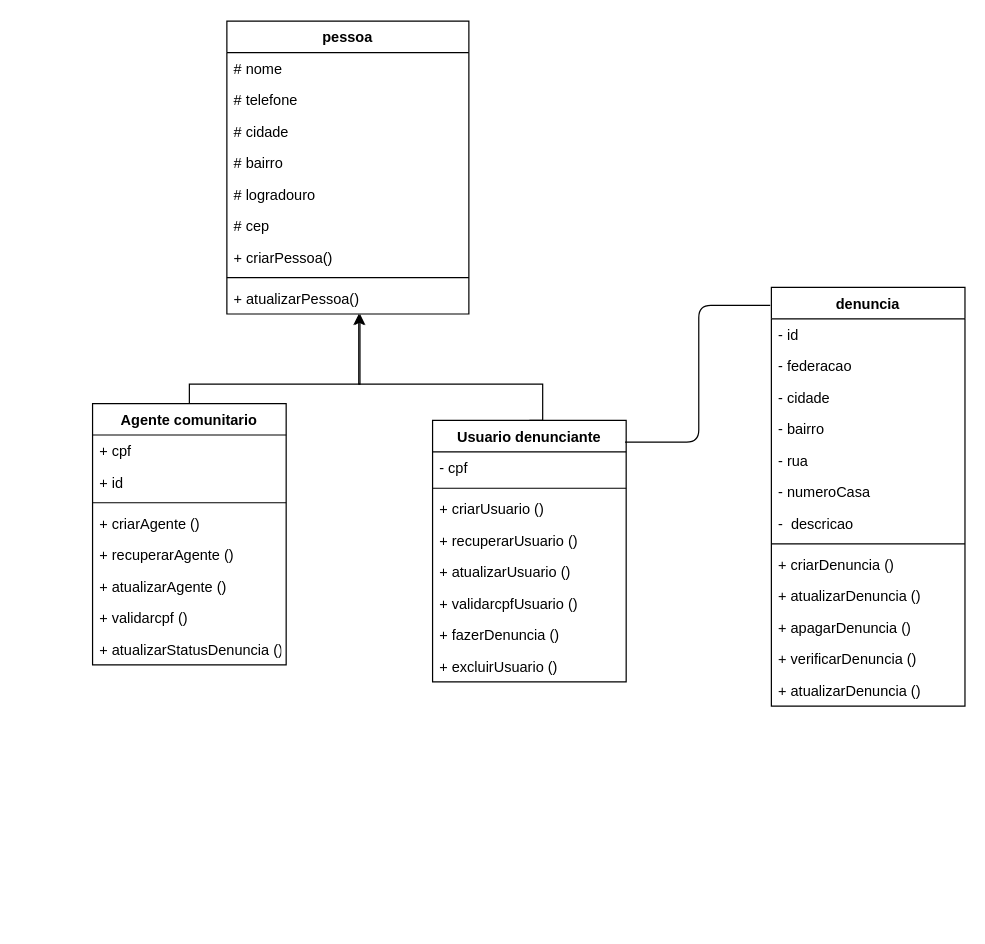
Jefferson-sudo/Producao-textual-individual-3-semestre-Unopar keeps this draw.io diagram as DiagramaDeClasses.drawio. Above is the earlier version. Source tidied: cells renumbered, new cells numbered last; positions are measured from the earlier drawing's top-left corner, leaving out a move shared by most shapes. Both pictures are drawn from the tidied source at 121%, with x=0, y=0 at pixel (92, 21).
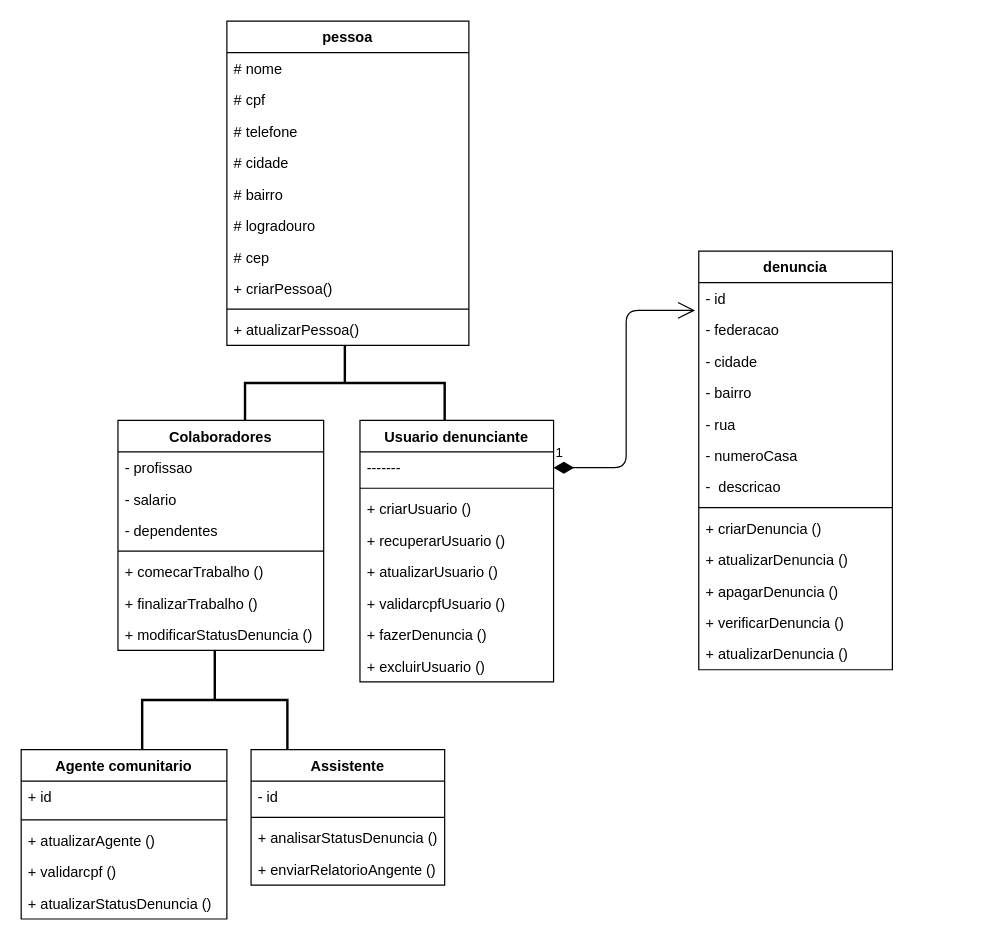
The same diagram, later.

Unchanged cells that the change refers to:
```xml
<mxCell id="34" value="- id" style="text;strokeColor=none;fillColor=none;align=left;verticalAlign=top;spacingLeft=4;spacingRight=4;overflow=hidden;points=[[0,0.5],[1,0.5]];portConstraint=eastwest;" parent="33" vertex="1">
  <mxGeometry y="26" width="160" height="26" as="geometry" />
</mxCell>
```

Diff of the diagram source:
```diff
@@
-    <mxCell id="2" style="edgeStyle=orthogonalEdgeStyle;rounded=0;jettySize=auto;html=1;exitX=0.5;exitY=0;exitDx=0;exitDy=0;" parent="1" edge="1" source="3" target="22">
-      <mxGeometry relative="1" as="geometry">
-        <Array as="points">
-          <mxPoint x="80" y="300" />
-          <mxPoint x="221" y="300" />
-        </Array>
-      </mxGeometry>
-    </mxCell>
-    <mxCell id="3" value="Agente comunitario" style="swimlane;fontStyle=1;align=center;verticalAlign=top;horizontal=1;startSize=26;" parent="1" vertex="1">
-      <mxGeometry y="316" width="160" height="216" as="geometry" />
-    </mxCell>
-    <mxCell id="4" value="+ cpf" style="text;strokeColor=none;fillColor=none;align=left;verticalAlign=top;spacingLeft=4;spacingRight=4;overflow=hidden;" parent="3" vertex="1">
-      <mxGeometry y="26" width="160" height="26" as="geometry" />
-    </mxCell>
-    <mxCell id="5" value="+ id" style="text;strokeColor=none;fillColor=none;align=left;verticalAlign=top;spacingLeft=4;spacingRight=4;overflow=hidden;" parent="3" vertex="1">
-      <mxGeometry y="52" width="160" height="26" as="geometry" />
-    </mxCell>
-    <mxCell id="6" style="line;strokeWidth=1;fillColor=none;align=left;verticalAlign=middle;spacingTop=-1;spacingLeft=3;spacingRight=3;labelPosition=right;" parent="3" vertex="1">
-      <mxGeometry y="78" width="160" height="8" as="geometry" />
-    </mxCell>
-    <mxCell id="7" value="+ criarAgente ()" style="text;strokeColor=none;fillColor=none;align=left;verticalAlign=top;spacingLeft=4;spacingRight=4;overflow=hidden;" parent="3" vertex="1">
-      <mxGeometry y="86" width="160" height="26" as="geometry" />
-    </mxCell>
-    <mxCell id="8" value="+ recuperarAgente ()" style="text;strokeColor=none;fillColor=none;align=left;verticalAlign=top;spacingLeft=4;spacingRight=4;overflow=hidden;" parent="3" vertex="1">
-      <mxGeometry y="112" width="160" height="26" as="geometry" />
-    </mxCell>
-    <mxCell id="9" value="+ atualizarAgente ()" style="text;strokeColor=none;fillColor=none;align=left;verticalAlign=top;spacingLeft=4;spacingRight=4;overflow=hidden;" parent="3" vertex="1">
-      <mxGeometry y="138" width="160" height="26" as="geometry" />
-    </mxCell>
-    <mxCell id="10" value="+ validarcpf ()" style="text;strokeColor=none;fillColor=none;align=left;verticalAlign=top;spacingLeft=4;spacingRight=4;overflow=hidden;" parent="3" vertex="1">
-      <mxGeometry y="164" width="160" height="26" as="geometry" />
-    </mxCell>
-    <mxCell id="11" value="+ atualizarStatusDenuncia ()" style="text;strokeColor=none;fillColor=none;align=left;verticalAlign=top;spacingLeft=4;spacingRight=4;overflow=hidden;" parent="3" vertex="1">
-      <mxGeometry y="190" width="160" height="26" as="geometry" />
-    </mxCell>
-    <mxCell id="12" style="edgeStyle=orthogonalEdgeStyle;rounded=0;jettySize=auto;html=1;exitX=0.5;exitY=0;exitDx=0;exitDy=0;entryX=0.545;entryY=1;entryDx=0;entryDy=0;entryPerimeter=0;" parent="1" edge="1" source="23" target="22">
-      <mxGeometry relative="1" as="geometry">
-        <Array as="points">
-          <mxPoint x="372" y="300" />
-          <mxPoint x="220" y="300" />
-        </Array>
-      </mxGeometry>
-    </mxCell>
     <mxCell id="13" value="pessoa" style="swimlane;fontStyle=1;align=center;verticalAlign=top;horizontal=1;startSize=26;" parent="1" vertex="1">
-      <mxGeometry x="111" width="200" height="242" as="geometry" />
+      <mxGeometry x="111" width="200" height="268" as="geometry" />
     </mxCell>
@@
+    <mxCell id="47" value="# cpf" style="text;strokeColor=none;fillColor=none;align=left;verticalAlign=top;spacingLeft=4;spacingRight=4;overflow=hidden;" parent="13" vertex="1">
+      <mxGeometry y="52" width="200" height="26" as="geometry" />
+    </mxCell>
     <mxCell id="15" value="# telefone" style="text;strokeColor=none;fillColor=none;align=left;verticalAlign=top;spacingLeft=4;spacingRight=4;overflow=hidden;" parent="13" vertex="1">
-      <mxGeometry y="52" width="200" height="26" as="geometry" />
+      <mxGeometry y="78" width="200" height="26" as="geometry" />
     </mxCell>
     <mxCell id="16" value="# cidade&#10;" style="text;strokeColor=none;fillColor=none;align=left;verticalAlign=top;spacingLeft=4;spacingRight=4;overflow=hidden;" parent="13" vertex="1">
-      <mxGeometry y="78" width="200" height="26" as="geometry" />
+      <mxGeometry y="104" width="200" height="26" as="geometry" />
     </mxCell>
     <mxCell id="17" value="# bairro" style="text;strokeColor=none;fillColor=none;align=left;verticalAlign=top;spacingLeft=4;spacingRight=4;overflow=hidden;" parent="13" vertex="1">
-      <mxGeometry y="104" width="200" height="26" as="geometry" />
+      <mxGeometry y="130" width="200" height="26" as="geometry" />
     </mxCell>
     <mxCell id="18" value="# logradouro" style="text;strokeColor=none;fillColor=none;align=left;verticalAlign=top;spacingLeft=4;spacingRight=4;overflow=hidden;" parent="13" vertex="1">
-      <mxGeometry y="130" width="200" height="26" as="geometry" />
+      <mxGeometry y="156" width="200" height="26" as="geometry" />
     </mxCell>
     <mxCell id="19" value="# cep" style="text;strokeColor=none;fillColor=none;align=left;verticalAlign=top;spacingLeft=4;spacingRight=4;overflow=hidden;" parent="13" vertex="1">
-      <mxGeometry y="156" width="200" height="26" as="geometry" />
+      <mxGeometry y="182" width="200" height="26" as="geometry" />
     </mxCell>
     <mxCell id="20" value="+ criarPessoa()" style="text;strokeColor=none;fillColor=none;align=left;verticalAlign=top;spacingLeft=4;spacingRight=4;overflow=hidden;" parent="13" vertex="1">
-      <mxGeometry y="182" width="200" height="26" as="geometry" />
+      <mxGeometry y="208" width="200" height="26" as="geometry" />
     </mxCell>
     <mxCell id="21" style="line;strokeWidth=1;fillColor=none;align=left;verticalAlign=middle;spacingTop=-1;spacingLeft=3;spacingRight=3;labelPosition=right;" parent="13" vertex="1">
-      <mxGeometry y="208" width="200" height="8" as="geometry" />
+      <mxGeometry y="234" width="200" height="8" as="geometry" />
     </mxCell>
     <mxCell id="22" value="+ atualizarPessoa()" style="text;strokeColor=none;fillColor=none;align=left;verticalAlign=top;spacingLeft=4;spacingRight=4;overflow=hidden;points=[[0,0.5],[1,0.5]];portConstraint=eastwest;" parent="13" vertex="1">
-      <mxGeometry y="216" width="200" height="26" as="geometry" />
+      <mxGeometry y="242" width="200" height="26" as="geometry" />
     </mxCell>
-    <mxCell id="23" value="Usuario denunciante" style="swimlane;fontStyle=1;align=center;verticalAlign=top;horizontal=1;startSize=26;" parent="1" vertex="1">
-      <mxGeometry x="281" y="330" width="160" height="216" as="geometry" />
-    </mxCell>
-    <mxCell id="24" value="- cpf" style="text;strokeColor=none;fillColor=none;align=left;verticalAlign=top;spacingLeft=4;spacingRight=4;overflow=hidden;points=[[0,0.5],[1,0.5]];portConstraint=eastwest;" parent="23" vertex="1">
-      <mxGeometry y="26" width="160" height="26" as="geometry" />
-    </mxCell>
-    <mxCell id="25" style="line;strokeWidth=1;fillColor=none;align=left;verticalAlign=middle;spacingTop=-1;spacingLeft=3;spacingRight=3;labelPosition=right;" parent="23" vertex="1">
-      <mxGeometry y="52" width="160" height="8" as="geometry" />
-    </mxCell>
-    <mxCell id="26" value="+ criarUsuario ()" style="text;strokeColor=none;fillColor=none;align=left;verticalAlign=top;spacingLeft=4;spacingRight=4;overflow=hidden;" parent="23" vertex="1">
-      <mxGeometry y="60" width="160" height="26" as="geometry" />
-    </mxCell>
-    <mxCell id="27" value="+ recuperarUsuario ()" style="text;strokeColor=none;fillColor=none;align=left;verticalAlign=top;spacingLeft=4;spacingRight=4;overflow=hidden;" parent="23" vertex="1">
-      <mxGeometry y="86" width="160" height="26" as="geometry" />
-    </mxCell>
-    <mxCell id="28" value="+ atualizarUsuario ()" style="text;strokeColor=none;fillColor=none;align=left;verticalAlign=top;spacingLeft=4;spacingRight=4;overflow=hidden;" parent="23" vertex="1">
-      <mxGeometry y="112" width="160" height="26" as="geometry" />
-    </mxCell>
-    <mxCell id="29" value="+ validarcpfUsuario ()" style="text;strokeColor=none;fillColor=none;align=left;verticalAlign=top;spacingLeft=4;spacingRight=4;overflow=hidden;" parent="23" vertex="1">
-      <mxGeometry y="138" width="160" height="26" as="geometry" />
-    </mxCell>
-    <mxCell id="30" value="+ fazerDenuncia ()" style="text;strokeColor=none;fillColor=none;align=left;verticalAlign=top;spacingLeft=4;spacingRight=4;overflow=hidden;" parent="23" vertex="1">
-      <mxGeometry y="164" width="160" height="26" as="geometry" />
-    </mxCell>
-    <mxCell id="31" value="+ excluirUsuario ()" style="text;strokeColor=none;fillColor=none;align=left;verticalAlign=top;spacingLeft=4;spacingRight=4;overflow=hidden;" parent="23" vertex="1">
-      <mxGeometry y="190" width="160" height="26" as="geometry" />
-    </mxCell>
-    <mxCell id="32" style="endArrow=none;html=1;edgeStyle=orthogonalEdgeStyle;exitX=0.994;exitY=0.083;exitDx=0;exitDy=0;exitPerimeter=0;entryX=-0.006;entryY=0.043;entryDx=0;entryDy=0;entryPerimeter=0;" parent="1" edge="1" source="23" target="33">
-      <mxGeometry relative="1" as="geometry" />
-    </mxCell>
+    <mxCell id="48" value="1" style="endArrow=open;html=1;endSize=12;startArrow=diamondThin;startSize=14;startFill=1;edgeStyle=orthogonalEdgeStyle;align=left;verticalAlign=bottom;entryX=-0.019;entryY=0.885;entryDx=0;entryDy=0;entryPerimeter=0;exitX=1;exitY=0.5;exitDx=0;exitDy=0;" parent="1" edge="1" source="24" target="34">
+      <mxGeometry x="-1" y="3" relative="1" as="geometry" />
+    </mxCell>
+    <mxCell id="49" style="strokeWidth=2;html=1;shape=mxgraph.flowchart.annotation_2;align=left;labelPosition=right;direction=south;" parent="1" vertex="1">
+      <mxGeometry x="126" y="268" width="165" height="62" as="geometry" />
+    </mxCell>
+    <mxCell id="50" style="strokeWidth=2;html=1;shape=mxgraph.flowchart.annotation_2;align=left;labelPosition=right;direction=south;" parent="1" vertex="1">
+      <mxGeometry x="41" y="520" width="120" height="82" as="geometry" />
+    </mxCell>
     <mxCell id="33" value="denuncia" style="swimlane;fontStyle=1;align=center;verticalAlign=top;horizontal=1;startSize=26;" parent="1" vertex="1">
-      <mxGeometry x="561" y="220" width="160" height="346" as="geometry" />
+      <mxGeometry x="501" y="190" width="160" height="346" as="geometry" />
     </mxCell>
@@
+    <mxCell id="51" value="Colaboradores" style="swimlane;fontStyle=1;align=center;verticalAlign=top;horizontal=1;startSize=26;" parent="1" vertex="1">
+      <mxGeometry x="21" y="330" width="170" height="190" as="geometry" />
+    </mxCell>
+    <mxCell id="52" value="- profissao" style="text;strokeColor=none;fillColor=none;align=left;verticalAlign=top;spacingLeft=4;spacingRight=4;overflow=hidden;" parent="51" vertex="1">
+      <mxGeometry y="26" width="170" height="26" as="geometry" />
+    </mxCell>
+    <mxCell id="53" value="- salario" style="text;strokeColor=none;fillColor=none;align=left;verticalAlign=top;spacingLeft=4;spacingRight=4;overflow=hidden;" parent="51" vertex="1">
+      <mxGeometry y="52" width="170" height="26" as="geometry" />
+    </mxCell>
+    <mxCell id="54" value="- dependentes" style="text;strokeColor=none;fillColor=none;align=left;verticalAlign=top;spacingLeft=4;spacingRight=4;overflow=hidden;" parent="51" vertex="1">
+      <mxGeometry y="78" width="170" height="26" as="geometry" />
+    </mxCell>
+    <mxCell id="55" style="line;strokeWidth=1;fillColor=none;align=left;verticalAlign=middle;spacingTop=-1;spacingLeft=3;spacingRight=3;labelPosition=right;" parent="51" vertex="1">
+      <mxGeometry y="104" width="170" height="8" as="geometry" />
+    </mxCell>
+    <mxCell id="56" value="+ comecarTrabalho ()" style="text;strokeColor=none;fillColor=none;align=left;verticalAlign=top;spacingLeft=4;spacingRight=4;overflow=hidden;" parent="51" vertex="1">
+      <mxGeometry y="112" width="170" height="26" as="geometry" />
+    </mxCell>
+    <mxCell id="57" value="+ finalizarTrabalho ()" style="text;strokeColor=none;fillColor=none;align=left;verticalAlign=top;spacingLeft=4;spacingRight=4;overflow=hidden;" parent="51" vertex="1">
+      <mxGeometry y="138" width="170" height="26" as="geometry" />
+    </mxCell>
+    <mxCell id="58" value="+ modificarStatusDenuncia ()" style="text;strokeColor=none;fillColor=none;align=left;verticalAlign=top;spacingLeft=4;spacingRight=4;overflow=hidden;" parent="51" vertex="1">
+      <mxGeometry y="164" width="170" height="26" as="geometry" />
+    </mxCell>
+    <mxCell id="23" value="Usuario denunciante" style="swimlane;fontStyle=1;align=center;verticalAlign=top;horizontal=1;startSize=26;" parent="1" vertex="1">
+      <mxGeometry x="221" y="330" width="160" height="216" as="geometry" />
+    </mxCell>
+    <mxCell id="24" value="-------" style="text;strokeColor=none;fillColor=none;align=left;verticalAlign=top;spacingLeft=4;spacingRight=4;overflow=hidden;points=[[0,0.5],[1,0.5]];portConstraint=eastwest;" parent="23" vertex="1">
+      <mxGeometry y="26" width="160" height="26" as="geometry" />
+    </mxCell>
+    <mxCell id="25" style="line;strokeWidth=1;fillColor=none;align=left;verticalAlign=middle;spacingTop=-1;spacingLeft=3;spacingRight=3;labelPosition=right;" parent="23" vertex="1">
+      <mxGeometry y="52" width="160" height="8" as="geometry" />
+    </mxCell>
+    <mxCell id="26" value="+ criarUsuario ()" style="text;strokeColor=none;fillColor=none;align=left;verticalAlign=top;spacingLeft=4;spacingRight=4;overflow=hidden;" parent="23" vertex="1">
+      <mxGeometry y="60" width="160" height="26" as="geometry" />
+    </mxCell>
+    <mxCell id="27" value="+ recuperarUsuario ()" style="text;strokeColor=none;fillColor=none;align=left;verticalAlign=top;spacingLeft=4;spacingRight=4;overflow=hidden;" parent="23" vertex="1">
+      <mxGeometry y="86" width="160" height="26" as="geometry" />
+    </mxCell>
+    <mxCell id="28" value="+ atualizarUsuario ()" style="text;strokeColor=none;fillColor=none;align=left;verticalAlign=top;spacingLeft=4;spacingRight=4;overflow=hidden;" parent="23" vertex="1">
+      <mxGeometry y="112" width="160" height="26" as="geometry" />
+    </mxCell>
+    <mxCell id="29" value="+ validarcpfUsuario ()" style="text;strokeColor=none;fillColor=none;align=left;verticalAlign=top;spacingLeft=4;spacingRight=4;overflow=hidden;" parent="23" vertex="1">
+      <mxGeometry y="138" width="160" height="26" as="geometry" />
+    </mxCell>
+    <mxCell id="30" value="+ fazerDenuncia ()" style="text;strokeColor=none;fillColor=none;align=left;verticalAlign=top;spacingLeft=4;spacingRight=4;overflow=hidden;" parent="23" vertex="1">
+      <mxGeometry y="164" width="160" height="26" as="geometry" />
+    </mxCell>
+    <mxCell id="31" value="+ excluirUsuario ()" style="text;strokeColor=none;fillColor=none;align=left;verticalAlign=top;spacingLeft=4;spacingRight=4;overflow=hidden;" parent="23" vertex="1">
+      <mxGeometry y="190" width="160" height="26" as="geometry" />
+    </mxCell>
+    <mxCell id="59" value="Assistente" style="swimlane;fontStyle=1;align=center;verticalAlign=top;horizontal=1;startSize=26;" parent="1" vertex="1">
+      <mxGeometry x="131" y="602" width="160" height="112" as="geometry" />
+    </mxCell>
+    <mxCell id="60" value="- id" style="text;strokeColor=none;fillColor=none;align=left;verticalAlign=top;spacingLeft=4;spacingRight=4;overflow=hidden;" parent="59" vertex="1">
+      <mxGeometry y="26" width="160" height="26" as="geometry" />
+    </mxCell>
+    <mxCell id="61" style="line;strokeWidth=1;fillColor=none;align=left;verticalAlign=middle;spacingTop=-1;spacingLeft=3;spacingRight=3;labelPosition=right;" parent="59" vertex="1">
+      <mxGeometry y="52" width="160" height="8" as="geometry" />
+    </mxCell>
+    <mxCell id="62" value="+ analisarStatusDenuncia ()" style="text;strokeColor=none;fillColor=none;align=left;verticalAlign=top;spacingLeft=4;spacingRight=4;overflow=hidden;" parent="59" vertex="1">
+      <mxGeometry y="60" width="160" height="26" as="geometry" />
+    </mxCell>
+    <mxCell id="63" value="+ enviarRelatorioAngente ()" style="text;strokeColor=none;fillColor=none;align=left;verticalAlign=top;spacingLeft=4;spacingRight=4;overflow=hidden;" parent="59" vertex="1">
+      <mxGeometry y="86" width="160" height="26" as="geometry" />
+    </mxCell>
+    <mxCell id="3" value="Agente comunitario" style="swimlane;fontStyle=1;align=center;verticalAlign=top;horizontal=1;startSize=26;" parent="1" vertex="1">
+      <mxGeometry x="-59" y="602" width="170" height="140" as="geometry" />
+    </mxCell>
+    <mxCell id="5" value="+ id" style="text;strokeColor=none;fillColor=none;align=left;verticalAlign=top;spacingLeft=4;spacingRight=4;overflow=hidden;" parent="3" vertex="1">
+      <mxGeometry y="26" width="170" height="28" as="geometry" />
+    </mxCell>
+    <mxCell id="6" style="line;strokeWidth=1;fillColor=none;align=left;verticalAlign=middle;spacingTop=-1;spacingLeft=3;spacingRight=3;labelPosition=right;" parent="3" vertex="1">
+      <mxGeometry y="54" width="170" height="8" as="geometry" />
+    </mxCell>
+    <mxCell id="9" value="+ atualizarAgente ()" style="text;strokeColor=none;fillColor=none;align=left;verticalAlign=top;spacingLeft=4;spacingRight=4;overflow=hidden;" parent="3" vertex="1">
+      <mxGeometry y="62" width="170" height="26" as="geometry" />
+    </mxCell>
+    <mxCell id="10" value="+ validarcpf ()" style="text;strokeColor=none;fillColor=none;align=left;verticalAlign=top;spacingLeft=4;spacingRight=4;overflow=hidden;" parent="3" vertex="1">
+      <mxGeometry y="88" width="170" height="26" as="geometry" />
+    </mxCell>
+    <mxCell id="11" value="+ atualizarStatusDenuncia ()" style="text;strokeColor=none;fillColor=none;align=left;verticalAlign=top;spacingLeft=4;spacingRight=4;overflow=hidden;" parent="3" vertex="1">
+      <mxGeometry y="114" width="170" height="26" as="geometry" />
+    </mxCell>
```
